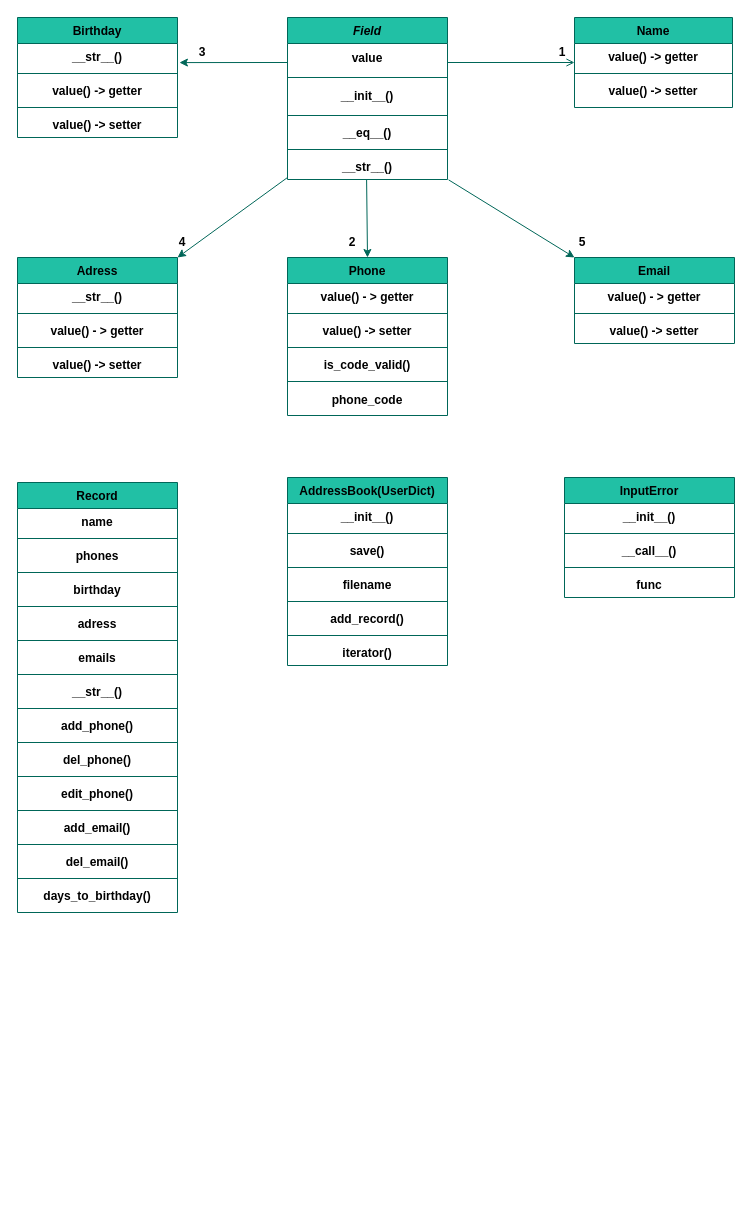
The draw.io diagram page "adressbook" (1 of 2) of consolebot.drawio in LeadShadow/hw2web, before the edit. Source tidied: cells renumbered, new cells numbered last; positions are measured from the earlier drawing's top-left corner, leaving out a move shared by most shapes. Both pictures are drawn from the tidied source at 100%, with x=0, y=0 at pixel (17, 17).
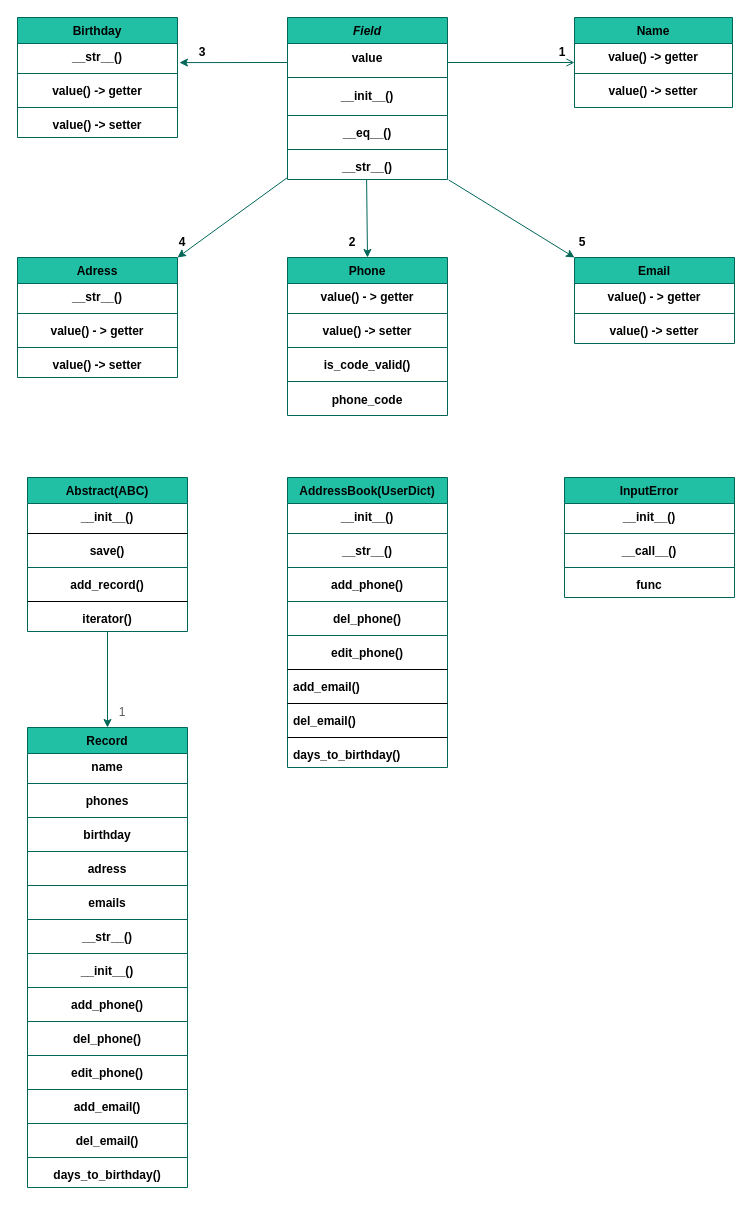
Above is the later version.

The edit, as a diff of the source:
```diff
@@
     <mxCell id="49" value="Record" style="swimlane;fontStyle=1;align=center;verticalAlign=top;horizontal=1;startSize=26;rounded=0;shadow=0;strokeWidth=1;fillColor=#21C0A5;strokeColor=#006658;fontColor=#000000;" parent="1" vertex="1">
-      <mxGeometry y="465" width="160" height="430" as="geometry" />
+      <mxGeometry x="10" y="710" width="160" height="460" as="geometry" />
     </mxCell>
@@
+    <mxCell id="89" style="line;html=1;strokeWidth=1;align=left;verticalAlign=middle;spacingTop=-1;spacingLeft=3;spacingRight=3;labelPosition=right;fillColor=#21C0A5;strokeColor=#006658;fontColor=#000000;fontStyle=1;" parent="49" vertex="1">
+      <mxGeometry y="222" width="160" height="8" as="geometry" />
+    </mxCell>
+    <mxCell id="90" value="__init__()" style="text;align=center;verticalAlign=top;spacingLeft=4;spacingRight=4;overflow=hidden;fontColor=#000000;fontStyle=1;" parent="49" vertex="1">
+      <mxGeometry y="230" width="160" height="26" as="geometry" />
+    </mxCell>
     <mxCell id="61" style="line;html=1;strokeWidth=1;align=left;verticalAlign=middle;spacingTop=-1;spacingLeft=3;spacingRight=3;labelPosition=right;fillColor=#21C0A5;strokeColor=#006658;fontColor=#000000;fontStyle=1;" parent="49" vertex="1">
-      <mxGeometry y="222" width="160" height="8" as="geometry" />
+      <mxGeometry y="256" width="160" height="8" as="geometry" />
     </mxCell>
     <mxCell id="62" value="add_phone()" style="text;align=center;verticalAlign=top;spacingLeft=4;spacingRight=4;overflow=hidden;fontColor=#000000;fontStyle=1;" parent="49" vertex="1">
-      <mxGeometry y="230" width="160" height="26" as="geometry" />
+      <mxGeometry y="264" width="160" height="26" as="geometry" />
     </mxCell>
     <mxCell id="63" style="line;html=1;strokeWidth=1;align=left;verticalAlign=middle;spacingTop=-1;spacingLeft=3;spacingRight=3;labelPosition=right;fillColor=#21C0A5;strokeColor=#006658;fontColor=#000000;fontStyle=1;" parent="49" vertex="1">
-      <mxGeometry y="256" width="160" height="8" as="geometry" />
+      <mxGeometry y="290" width="160" height="8" as="geometry" />
     </mxCell>
     <mxCell id="64" value="del_phone()" style="text;align=center;verticalAlign=top;spacingLeft=4;spacingRight=4;overflow=hidden;fontColor=#000000;fontStyle=1;" parent="49" vertex="1">
-      <mxGeometry y="264" width="160" height="26" as="geometry" />
+      <mxGeometry y="298" width="160" height="26" as="geometry" />
     </mxCell>
     <mxCell id="65" style="line;html=1;strokeWidth=1;align=left;verticalAlign=middle;spacingTop=-1;spacingLeft=3;spacingRight=3;labelPosition=right;fillColor=#21C0A5;strokeColor=#006658;fontColor=#000000;fontStyle=1;" parent="49" vertex="1">
-      <mxGeometry y="290" width="160" height="8" as="geometry" />
+      <mxGeometry y="324" width="160" height="8" as="geometry" />
     </mxCell>
     <mxCell id="66" value="edit_phone()" style="text;align=center;verticalAlign=top;spacingLeft=4;spacingRight=4;overflow=hidden;fontColor=#000000;fontStyle=1;" parent="49" vertex="1">
-      <mxGeometry y="298" width="160" height="26" as="geometry" />
+      <mxGeometry y="332" width="160" height="26" as="geometry" />
     </mxCell>
     <mxCell id="67" style="line;html=1;strokeWidth=1;align=left;verticalAlign=middle;spacingTop=-1;spacingLeft=3;spacingRight=3;labelPosition=right;fillColor=#21C0A5;strokeColor=#006658;fontColor=#000000;fontStyle=1;" parent="49" vertex="1">
-      <mxGeometry y="324" width="160" height="8" as="geometry" />
+      <mxGeometry y="358" width="160" height="8" as="geometry" />
     </mxCell>
     <mxCell id="68" value="add_email()" style="text;align=center;verticalAlign=top;spacingLeft=4;spacingRight=4;overflow=hidden;fontColor=#000000;fontStyle=1;" parent="49" vertex="1">
-      <mxGeometry y="332" width="160" height="26" as="geometry" />
+      <mxGeometry y="366" width="160" height="26" as="geometry" />
     </mxCell>
     <mxCell id="69" style="line;html=1;strokeWidth=1;align=left;verticalAlign=middle;spacingTop=-1;spacingLeft=3;spacingRight=3;labelPosition=right;fillColor=#21C0A5;strokeColor=#006658;fontColor=#000000;fontStyle=1;" parent="49" vertex="1">
-      <mxGeometry y="358" width="160" height="8" as="geometry" />
+      <mxGeometry y="392" width="160" height="8" as="geometry" />
     </mxCell>
     <mxCell id="70" value="del_email()" style="text;align=center;verticalAlign=top;spacingLeft=4;spacingRight=4;overflow=hidden;fontColor=#000000;fontStyle=1;" parent="49" vertex="1">
-      <mxGeometry y="366" width="160" height="26" as="geometry" />
+      <mxGeometry y="400" width="160" height="26" as="geometry" />
     </mxCell>
     <mxCell id="71" style="line;html=1;strokeWidth=1;align=left;verticalAlign=middle;spacingTop=-1;spacingLeft=3;spacingRight=3;labelPosition=right;fillColor=#21C0A5;strokeColor=#006658;fontColor=#000000;fontStyle=1;" parent="49" vertex="1">
-      <mxGeometry y="392" width="160" height="8" as="geometry" />
+      <mxGeometry y="426" width="160" height="8" as="geometry" />
     </mxCell>
     <mxCell id="72" value="days_to_birthday()" style="text;align=center;verticalAlign=top;spacingLeft=4;spacingRight=4;overflow=hidden;fontColor=#000000;fontStyle=1;" parent="49" vertex="1">
-      <mxGeometry y="400" width="160" height="26" as="geometry" />
+      <mxGeometry y="434" width="160" height="26" as="geometry" />
     </mxCell>
     <mxCell id="73" value="AddressBook(UserDict)" style="swimlane;fontStyle=1;align=center;verticalAlign=top;horizontal=1;startSize=26;rounded=0;shadow=0;strokeWidth=1;fillColor=#21C0A5;strokeColor=#006658;fontColor=#000000;" parent="1" vertex="1">
-      <mxGeometry x="270" y="460" width="160" height="188" as="geometry" />
+      <mxGeometry x="270" y="460" width="160" height="290" as="geometry" />
     </mxCell>
@@
-    <mxCell id="76" value="save()" style="text;align=center;verticalAlign=top;spacingLeft=4;spacingRight=4;overflow=hidden;rounded=0;shadow=0;html=0;fontColor=#000000;fontStyle=1;" parent="73" vertex="1">
+    <mxCell id="76" value="__str__()" style="text;align=center;verticalAlign=top;spacingLeft=4;spacingRight=4;overflow=hidden;rounded=0;shadow=0;html=0;fontColor=#000000;fontStyle=1;" parent="73" vertex="1">
       <mxGeometry y="60" width="160" height="26" as="geometry" />
     </mxCell>
@@
-    <mxCell id="78" value="filename" style="text;align=center;verticalAlign=top;spacingLeft=4;spacingRight=4;overflow=hidden;fontColor=#000000;fontStyle=1;" parent="73" vertex="1">
+    <mxCell id="78" value="add_phone()" style="text;align=center;verticalAlign=top;spacingLeft=4;spacingRight=4;overflow=hidden;fontColor=#000000;fontStyle=1;" parent="73" vertex="1">
       <mxGeometry y="94" width="160" height="26" as="geometry" />
     </mxCell>
@@
-    <mxCell id="80" value="add_record()" style="text;align=center;verticalAlign=top;spacingLeft=4;spacingRight=4;overflow=hidden;fontColor=#000000;fontStyle=1;" parent="73" vertex="1">
+    <mxCell id="80" value="del_phone()" style="text;align=center;verticalAlign=top;spacingLeft=4;spacingRight=4;overflow=hidden;fontColor=#000000;fontStyle=1;" parent="73" vertex="1">
       <mxGeometry y="128" width="160" height="26" as="geometry" />
     </mxCell>
@@
-    <mxCell id="82" value="iterator()" style="text;align=center;verticalAlign=top;spacingLeft=4;spacingRight=4;overflow=hidden;fontColor=#000000;fontStyle=1;" parent="73" vertex="1">
+    <mxCell id="82" value="edit_phone()" style="text;align=center;verticalAlign=top;spacingLeft=4;spacingRight=4;overflow=hidden;fontColor=#000000;fontStyle=1;" parent="73" vertex="1">
       <mxGeometry y="162" width="160" height="26" as="geometry" />
     </mxCell>
+    <mxCell id="91" style="line;html=1;strokeWidth=1;align=left;verticalAlign=middle;spacingTop=-1;spacingLeft=3;spacingRight=3;labelPosition=right;fontStyle=1;fontColor=#000000;" parent="73" vertex="1">
+      <mxGeometry y="188" width="160" height="8" as="geometry" />
+    </mxCell>
+    <mxCell id="92" value="add_email()" style="text;align=left;verticalAlign=top;spacingLeft=4;spacingRight=4;overflow=hidden;fontColor=#000000;fontStyle=1;" parent="73" vertex="1">
+      <mxGeometry y="196" width="160" height="26" as="geometry" />
+    </mxCell>
+    <mxCell id="93" style="line;html=1;strokeWidth=1;align=left;verticalAlign=middle;spacingTop=-1;spacingLeft=3;spacingRight=3;labelPosition=right;fontStyle=1;fontColor=#000000;" parent="73" vertex="1">
+      <mxGeometry y="222" width="160" height="8" as="geometry" />
+    </mxCell>
+    <mxCell id="94" value="del_email()" style="text;align=left;verticalAlign=top;spacingLeft=4;spacingRight=4;overflow=hidden;fontColor=#000000;fontStyle=1;" parent="73" vertex="1">
+      <mxGeometry y="230" width="160" height="26" as="geometry" />
+    </mxCell>
+    <mxCell id="95" style="line;html=1;strokeWidth=1;align=left;verticalAlign=middle;spacingTop=-1;spacingLeft=3;spacingRight=3;labelPosition=right;fontStyle=1;fontColor=#000000;" parent="73" vertex="1">
+      <mxGeometry y="256" width="160" height="8" as="geometry" />
+    </mxCell>
+    <mxCell id="96" value="days_to_birthday()" style="text;align=left;verticalAlign=top;spacingLeft=4;spacingRight=4;overflow=hidden;fontColor=#000000;fontStyle=1;" parent="73" vertex="1">
+      <mxGeometry y="264" width="160" height="26" as="geometry" />
+    </mxCell>
@@
+    <mxCell id="97" value="Abstract(ABC)" style="swimlane;fontStyle=1;align=center;verticalAlign=top;horizontal=1;startSize=26;rounded=0;shadow=0;strokeWidth=1;fillColor=#21C0A5;strokeColor=#006658;fontColor=#000000;" parent="1" vertex="1">
+      <mxGeometry x="10" y="460" width="160" height="154" as="geometry" />
+    </mxCell>
+    <mxCell id="98" value="__init__()" style="text;align=center;verticalAlign=top;spacingLeft=4;spacingRight=4;overflow=hidden;fontColor=#000000;fontStyle=1;" parent="97" vertex="1">
+      <mxGeometry y="26" width="160" height="26" as="geometry" />
+    </mxCell>
+    <mxCell id="99" style="line;html=1;strokeWidth=1;align=center;verticalAlign=middle;spacingTop=-1;spacingLeft=3;spacingRight=3;labelPosition=right;fontStyle=1;fontColor=#000000;" parent="97" vertex="1">
+      <mxGeometry y="52" width="160" height="8" as="geometry" />
+    </mxCell>
+    <mxCell id="100" value="save()" style="text;align=center;verticalAlign=top;spacingLeft=4;spacingRight=4;overflow=hidden;rounded=0;shadow=0;html=0;fontColor=#000000;fontStyle=1;" parent="97" vertex="1">
+      <mxGeometry y="60" width="160" height="26" as="geometry" />
+    </mxCell>
+    <mxCell id="101" style="line;html=1;strokeWidth=1;align=center;verticalAlign=middle;spacingTop=-1;spacingLeft=3;spacingRight=3;labelPosition=right;fillColor=#21C0A5;strokeColor=#006658;fontColor=#000000;fontStyle=1;" parent="97" vertex="1">
+      <mxGeometry y="86" width="160" height="8" as="geometry" />
+    </mxCell>
+    <mxCell id="102" value="add_record()" style="text;align=center;verticalAlign=top;spacingLeft=4;spacingRight=4;overflow=hidden;fontColor=#000000;fontStyle=1;" parent="97" vertex="1">
+      <mxGeometry y="94" width="160" height="26" as="geometry" />
+    </mxCell>
+    <mxCell id="103" style="line;html=1;strokeWidth=1;align=center;verticalAlign=middle;spacingTop=-1;spacingLeft=3;spacingRight=3;labelPosition=right;fontStyle=1;fontColor=#000000;" parent="97" vertex="1">
+      <mxGeometry y="120" width="160" height="8" as="geometry" />
+    </mxCell>
+    <mxCell id="104" value="iterator()" style="text;align=center;verticalAlign=top;spacingLeft=4;spacingRight=4;overflow=hidden;fontColor=#000000;fontStyle=1;" parent="97" vertex="1">
+      <mxGeometry y="128" width="160" height="26" as="geometry" />
+    </mxCell>
+    <mxCell id="105" style="endArrow=classic;html=1;rounded=1;sketch=0;fontColor=#5C5C5C;strokeColor=#006658;fillColor=#21C0A5;curved=0;exitX=0;exitY=0.5;exitDx=0;exitDy=0;entryX=0.5;entryY=0;entryDx=0;entryDy=0;" parent="1" edge="1" target="49">
+      <mxGeometry relative="1" as="geometry">
+        <mxPoint x="90" y="614" as="sourcePoint" />
+      </mxGeometry>
+    </mxCell>
+    <mxCell id="106" value="1" style="text;html=1;strokeColor=none;fillColor=none;align=center;verticalAlign=middle;whiteSpace=wrap;rounded=0;sketch=0;fontColor=#5C5C5C;" parent="1" vertex="1">
+      <mxGeometry x="100" y="690" width="10" height="10" as="geometry" />
+    </mxCell>
```
